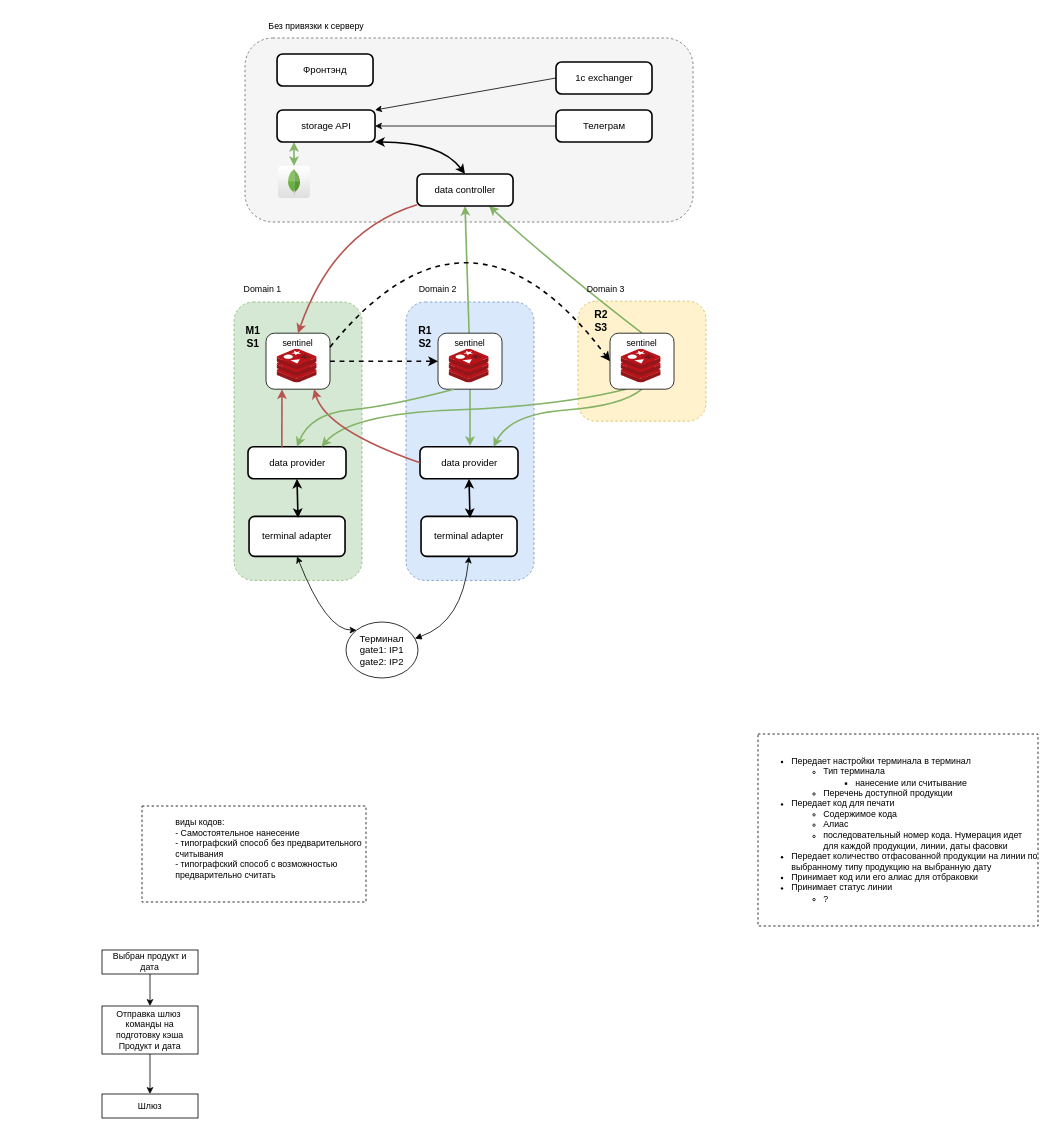
Before: arch.drawio in anatolypaw/molocode, a draw.io diagram. Source tidied: cells renumbered, new cells numbered last; positions are measured from the earlier drawing's top-left corner, leaving out a move shared by most shapes. Both pictures are drawn from the tidied source at 80%, with x=0, y=0 at pixel (102, 14).
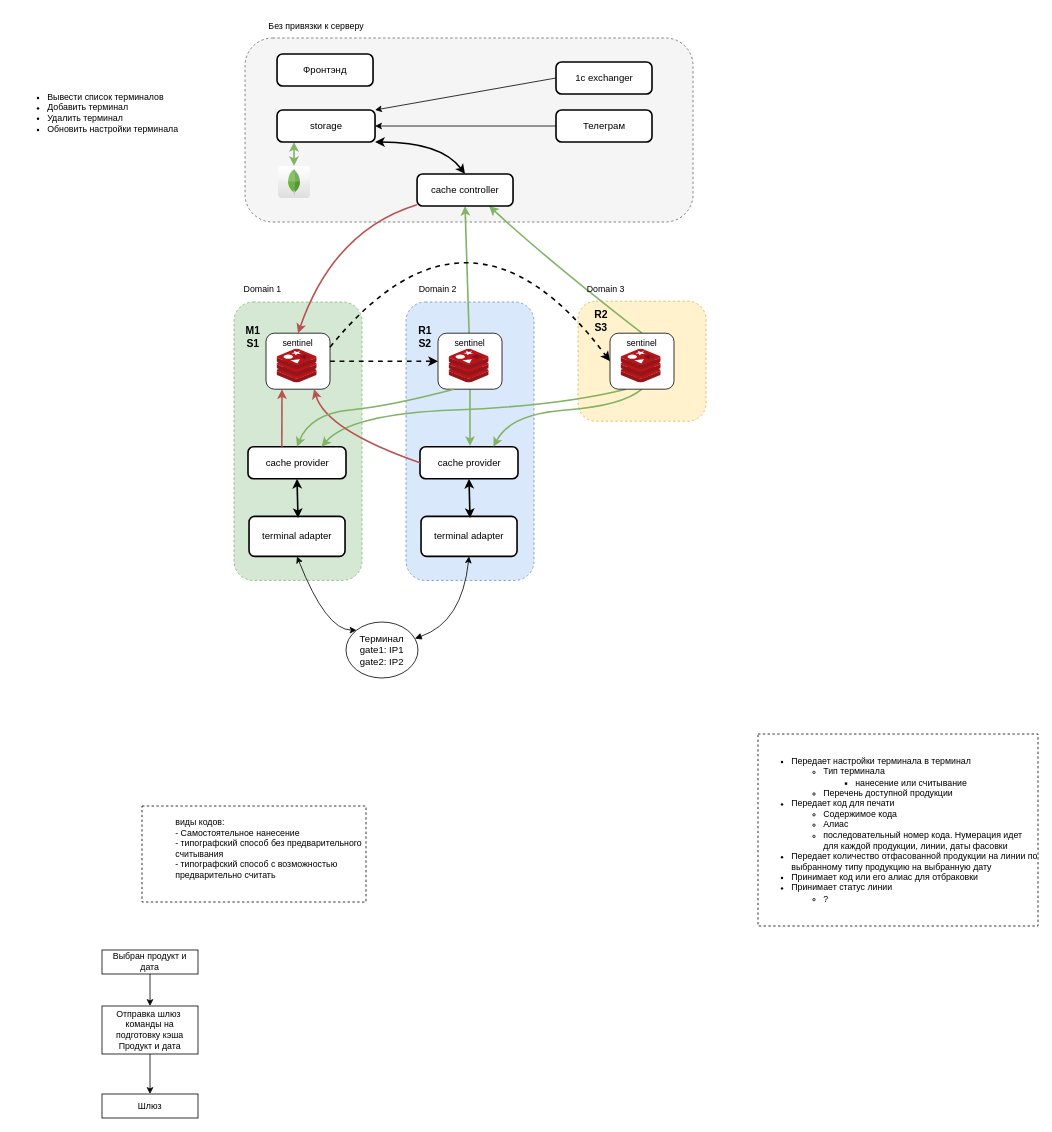
After the change.

Change to the diagram source:
```diff
@@
-    <mxCell id="24" value="storage API" style="rounded=1;absoluteArcSize=1;arcSize=14;whiteSpace=wrap;strokeWidth=2;shadow=0;glass=0;" parent="1" vertex="1">
+    <mxCell id="24" value="storage" style="rounded=1;absoluteArcSize=1;arcSize=14;whiteSpace=wrap;strokeWidth=2;shadow=0;glass=0;" parent="1" vertex="1">
       <mxGeometry x="218.8" y="120" width="122.5" height="40" as="geometry" />
     </mxCell>
@@
-    <mxCell id="27" value="data provider" style="rounded=1;absoluteArcSize=1;arcSize=14;whiteSpace=wrap;strokeWidth=2;shadow=0;glass=0;" parent="1" vertex="1">
+    <mxCell id="27" value="cache provider" style="rounded=1;absoluteArcSize=1;arcSize=14;whiteSpace=wrap;strokeWidth=2;shadow=0;glass=0;" parent="1" vertex="1">
       <mxGeometry x="397.5" y="541" width="122.5" height="40" as="geometry" />
     </mxCell>
@@
-    <mxCell id="37" value="data provider" style="rounded=1;absoluteArcSize=1;arcSize=14;whiteSpace=wrap;strokeWidth=2;shadow=0;glass=0;" parent="1" vertex="1">
+    <mxCell id="37" value="cache provider" style="rounded=1;absoluteArcSize=1;arcSize=14;whiteSpace=wrap;strokeWidth=2;shadow=0;glass=0;" parent="1" vertex="1">
       <mxGeometry x="182.5" y="541" width="122.5" height="40" as="geometry" />
     </mxCell>
@@
-    <mxCell id="55" value="data controller" style="rounded=1;absoluteArcSize=1;arcSize=14;whiteSpace=wrap;strokeWidth=2;shadow=0;glass=0;" parent="1" vertex="1">
+    <mxCell id="55" value="cache controller" style="rounded=1;absoluteArcSize=1;arcSize=14;whiteSpace=wrap;strokeWidth=2;shadow=0;glass=0;" parent="1" vertex="1">
       <mxGeometry x="393.8" y="200" width="120" height="40" as="geometry" />
     </mxCell>
+    <mxCell id="56" value="&lt;ul&gt;&lt;li&gt;Вывести список терминалов&lt;/li&gt;&lt;li&gt;Добавить терминал&lt;/li&gt;&lt;li&gt;Удалить терминал&lt;/li&gt;&lt;li&gt;Обновить настройки терминала&lt;/li&gt;&lt;/ul&gt;" style="text;html=1;strokeColor=none;fillColor=none;align=left;verticalAlign=top;whiteSpace=wrap;rounded=0;fontSize=11;fontFamily=Helvetica;fontColor=default;" parent="1" vertex="1">
+      <mxGeometry x="-110" y="80" width="240" height="110" as="geometry" />
+    </mxCell>
```
